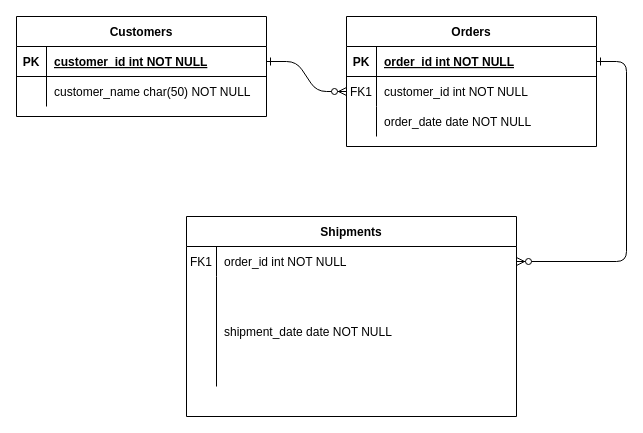
The draw.io diagram doc/ProShop.drawio in kevinckliao/proshop-v2, before the edit. Source tidied: cells renumbered, new cells numbered last; positions are measured from the earlier drawing's top-left corner, leaving out a move shared by most shapes. Both pictures are drawn from the tidied source at 100%, with x=0, y=0 at pixel (16, 16).
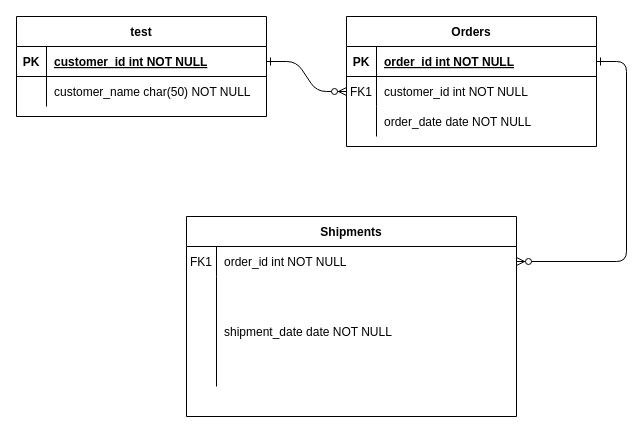
After the change.

The edit, as a diff of the source:
```diff
@@
-    <mxCell id="21" value="Customers" style="shape=table;startSize=30;childLayout=tableLayout;rowLines=0;fontStyle=1;align=center;" parent="1" vertex="1">
+    <mxCell id="21" value="test" style="shape=table;startSize=30;childLayout=tableLayout;rowLines=0;fontStyle=1;align=center;" parent="1" vertex="1">
       <mxGeometry width="250" height="100" as="geometry" />
     </mxCell>
```
